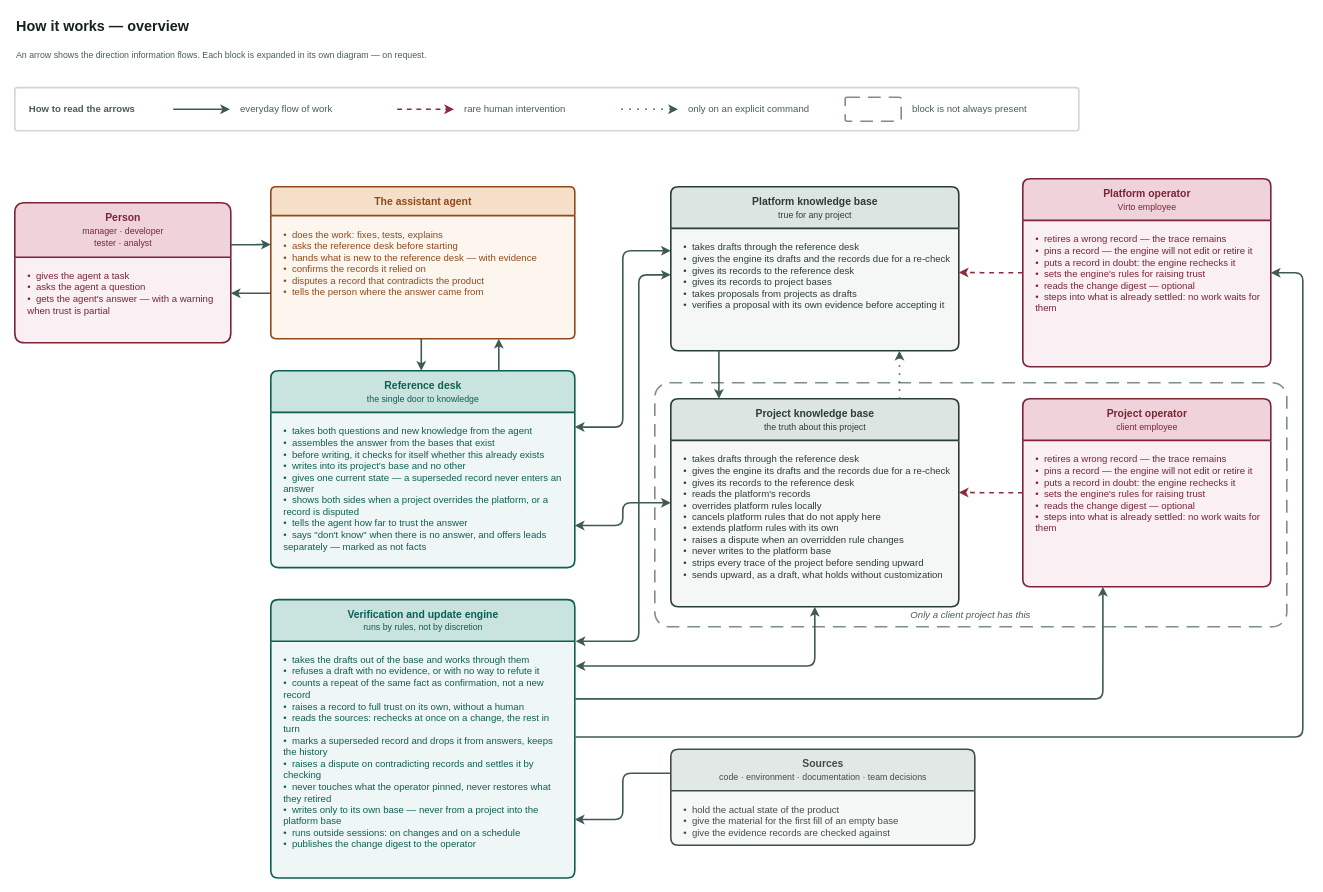
Earlier version of the draw.io diagram page "Overview" (1 of 5) of docs/adr/adr-knowledge-base-v3-overview.drawio (VirtoCommerce/ai-tools). Source tidied: cells renumbered, new cells numbered last; positions are measured from the earlier drawing's top-left corner, leaving out a move shared by most shapes. Both pictures are drawn from the tidied source at 80%, with x=0, y=0 at pixel (14, 14).
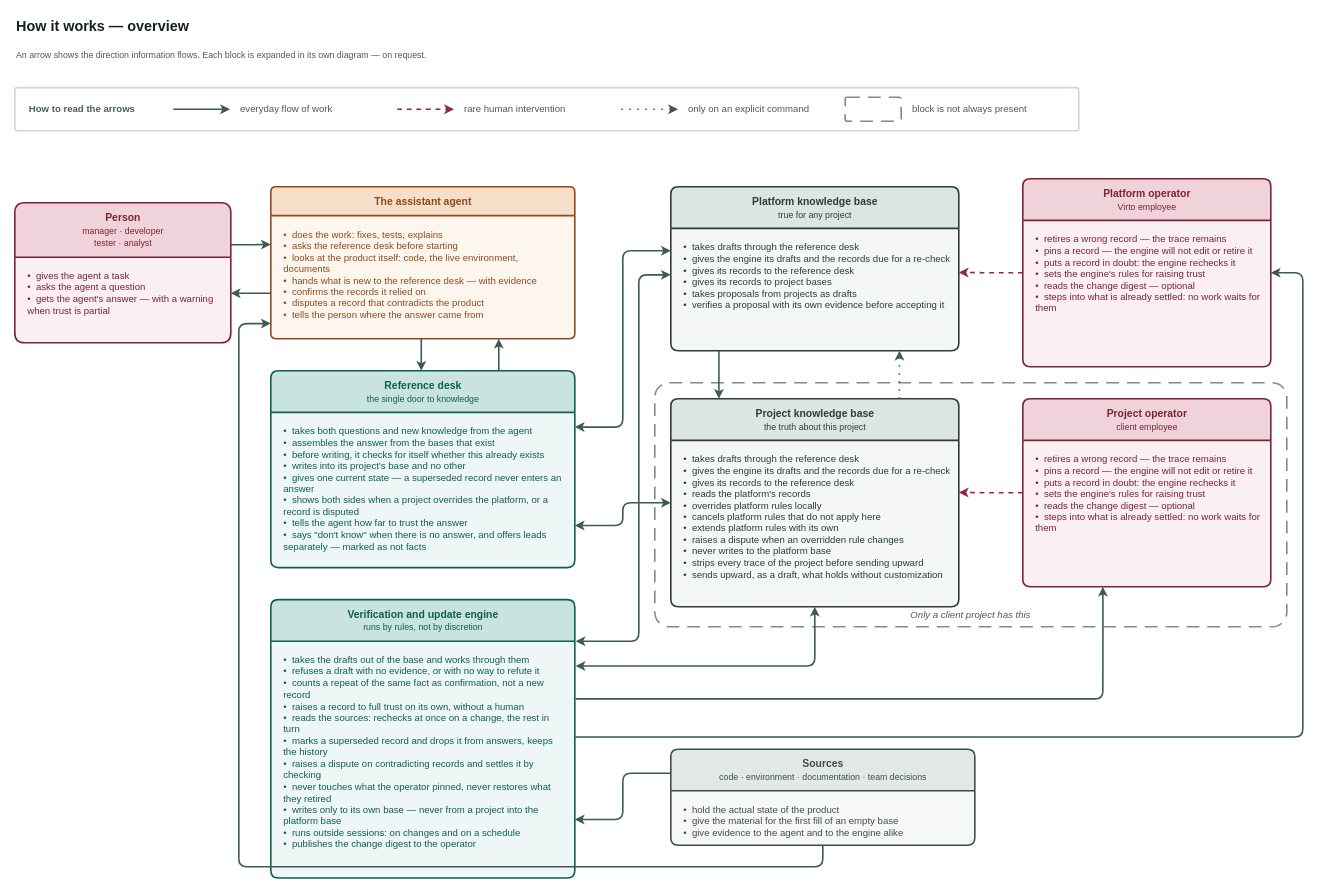
The same page after the edit.

Commit message (it also covers changes not shown here):
docs(adr): kb v3 — the agent looks at the product itself (VCST-5776)

The overview had the sources feeding only the engine, which quietly made
the engine the system's only eyes. It is the opposite: the engine cannot
reach a live environment at all, and the agent can — that asymmetry is the
whole reason the two split the work, and page 5 leans on it.

So the link is drawn, and named at both ends: the agent "looks at the
product itself: code, the live environment, documents", and the sources
"give evidence to the agent and to the engine alike".

The change refers to these unchanged cells:
```xml
<mxCell id="21" value="The assistant agent" style="swimlane;html=1;rounded=1;arcSize=6;startSize=36;horizontal=1;fillColor=#f5dfc8;swimlaneFillColor=#fdf6ef;strokeColor=#8f4a1b;fontColor=#8f4a1b;fontSize=13;fontStyle=1;align=center;verticalAlign=middle;strokeWidth=2;fontFamily=Helvetica;" parent="1" vertex="1">
  <mxGeometry x="320" y="216" width="380" height="190" as="geometry" />
</mxCell>
<mxCell id="36" value="Sources&lt;br&gt;&lt;span style=&quot;font-size:11px;font-weight:normal&quot;&gt;code · environment · documentation · team decisions&lt;/span&gt;" style="swimlane;html=1;rounded=1;arcSize=6;startSize=52;horizontal=1;fillColor=#e2e8e6;swimlaneFillColor=#f6f8f7;strokeColor=#3f4d49;fontColor=#3f4d49;fontSize=13;fontStyle=1;align=center;verticalAlign=middle;strokeWidth=2;fontFamily=Helvetica;" parent="1" vertex="1">
  <mxGeometry x="820" y="919" width="380" height="120" as="geometry" />
</mxCell>
```

What changed in the source:
```diff
@@
-    <mxCell id="22" value="•&amp;nbsp; does the work: fixes, tests, explains&lt;br&gt;•&amp;nbsp; asks the reference desk before starting&lt;br&gt;•&amp;nbsp; hands what is new to the reference desk — with evidence&lt;br&gt;•&amp;nbsp; confirms the records it relied on&lt;br&gt;•&amp;nbsp; disputes a record that contradicts the product&lt;br&gt;•&amp;nbsp; tells the person where the answer came from" style="text;html=1;align=left;verticalAlign=top;whiteSpace=wrap;spacingLeft=14;spacingTop=10;spacingRight=10;fontSize=12;fontColor=#8f4a1b;fontFamily=Helvetica;" parent="21" vertex="1">
+    <mxCell id="22" value="•&amp;nbsp; does the work: fixes, tests, explains&lt;br&gt;•&amp;nbsp; asks the reference desk before starting&lt;br&gt;•&amp;nbsp; looks at the product itself: code, the live environment, documents&lt;br&gt;•&amp;nbsp; hands what is new to the reference desk — with evidence&lt;br&gt;•&amp;nbsp; confirms the records it relied on&lt;br&gt;•&amp;nbsp; disputes a record that contradicts the product&lt;br&gt;•&amp;nbsp; tells the person where the answer came from" style="text;html=1;align=left;verticalAlign=top;whiteSpace=wrap;spacingLeft=14;spacingTop=10;spacingRight=10;fontSize=12;fontColor=#8f4a1b;fontFamily=Helvetica;" parent="21" vertex="1">
       <mxGeometry y="36" width="380" height="154" as="geometry" />
     </mxCell>
@@
-    <mxCell id="37" value="•&amp;nbsp; hold the actual state of the product&lt;br&gt;•&amp;nbsp; give the material for the first fill of an empty base&lt;br&gt;•&amp;nbsp; give the evidence records are checked against" style="text;html=1;align=left;verticalAlign=top;whiteSpace=wrap;spacingLeft=14;spacingTop=10;spacingRight=10;fontSize=12;fontColor=#3f4d49;fontFamily=Helvetica;" parent="36" vertex="1">
+    <mxCell id="37" value="•&amp;nbsp; hold the actual state of the product&lt;br&gt;•&amp;nbsp; give the material for the first fill of an empty base&lt;br&gt;•&amp;nbsp; give evidence to the agent and to the engine alike" style="text;html=1;align=left;verticalAlign=top;whiteSpace=wrap;spacingLeft=14;spacingTop=10;spacingRight=10;fontSize=12;fontColor=#3f4d49;fontFamily=Helvetica;" parent="36" vertex="1">
       <mxGeometry y="52" width="380" height="68" as="geometry" />
     </mxCell>
@@
+    <mxCell id="53" style="edgeStyle=orthogonalEdgeStyle;rounded=1;html=1;labelBackgroundColor=#ffffff;fontSize=12;strokeWidth=2;strokeColor=#3d5a55;fontColor=#2f3a37;fontFamily=Helvetica;exitX=0.5;exitY=1;exitDx=0;exitDy=0;entryX=0;entryY=0.9;entryDx=0;entryDy=0;" parent="1" edge="1" source="36" target="21">
+      <mxGeometry relative="1" as="geometry">
+        <Array as="points">
+          <mxPoint x="1010" y="1066" />
+          <mxPoint x="280" y="1066" />
+        </Array>
+      </mxGeometry>
+    </mxCell>
```
